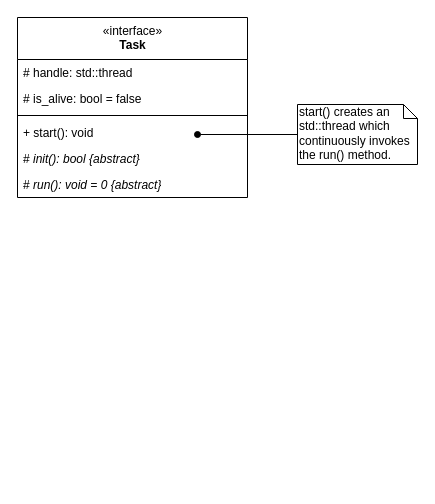
The draw.io diagram diagrams/task.drawio in LasseGoransson/ESD-E2020, before the edit. Source tidied: cells renumbered, new cells numbered last; positions are measured from the earlier drawing's top-left corner, leaving out a move shared by most shapes. Both pictures are drawn from the tidied source at 100%, with x=0, y=0 at pixel (17, 17).
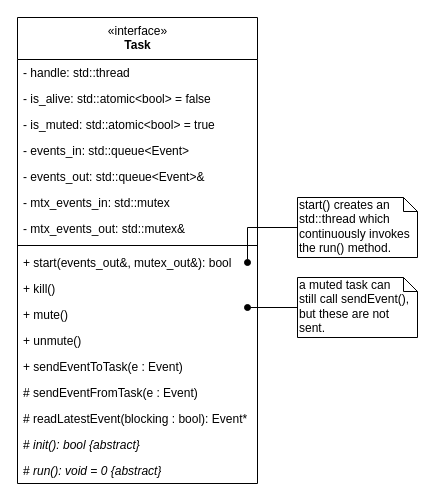
After the change.

Commit message:
update task class diagram

The edit, as a diff of the source:
```diff
@@
-    <mxCell id="2" style="edgeStyle=orthogonalEdgeStyle;rounded=0;jettySize=auto;html=1;endArrow=oval;endFill=1;" parent="1" edge="1" source="3">
-      <mxGeometry relative="1" as="geometry">
-        <mxPoint x="180" y="117" as="targetPoint" />
-      </mxGeometry>
-    </mxCell>
     <mxCell id="3" value="start() creates an std::thread which continuously invokes the run() method." style="shape=note;whiteSpace=wrap;html=1;size=14;verticalAlign=top;align=left;spacingTop=-6;" parent="1" vertex="1">
-      <mxGeometry x="280" y="87" width="120" height="60" as="geometry" />
+      <mxGeometry x="280" y="180" width="120" height="60" as="geometry" />
     </mxCell>
     <mxCell id="4" value="&lt;span style=&quot;font-weight: normal&quot;&gt;«interface»&lt;br&gt;&lt;/span&gt;Task" style="swimlane;fontStyle=1;align=center;verticalAlign=top;horizontal=1;startSize=42;html=1;" parent="1" vertex="1">
-      <mxGeometry width="230" height="180" as="geometry" />
+      <mxGeometry width="240" height="466" as="geometry" />
     </mxCell>
-    <mxCell id="5" value="# handle: std::thread" style="text;strokeColor=none;fillColor=none;align=left;verticalAlign=top;spacingLeft=4;spacingRight=4;overflow=hidden;" parent="4" vertex="1">
-      <mxGeometry y="42" width="230" height="26" as="geometry" />
+    <mxCell id="5" value="- handle: std::thread" style="text;strokeColor=none;fillColor=none;align=left;verticalAlign=top;spacingLeft=4;spacingRight=4;overflow=hidden;" parent="4" vertex="1">
+      <mxGeometry y="42" width="240" height="26" as="geometry" />
     </mxCell>
-    <mxCell id="6" value="# is_alive: bool = false" style="text;strokeColor=none;fillColor=none;align=left;verticalAlign=top;spacingLeft=4;spacingRight=4;overflow=hidden;" parent="4" vertex="1">
-      <mxGeometry y="68" width="230" height="26" as="geometry" />
+    <mxCell id="6" value="- is_alive: std::atomic&lt;bool&gt; = false" style="text;strokeColor=none;fillColor=none;align=left;verticalAlign=top;spacingLeft=4;spacingRight=4;overflow=hidden;" parent="4" vertex="1">
+      <mxGeometry y="68" width="240" height="26" as="geometry" />
     </mxCell>
+    <mxCell id="11" value="- is_muted: std::atomic&lt;bool&gt; = true" style="text;strokeColor=none;fillColor=none;align=left;verticalAlign=top;spacingLeft=4;spacingRight=4;overflow=hidden;" parent="4" vertex="1">
+      <mxGeometry y="94" width="240" height="26" as="geometry" />
+    </mxCell>
+    <mxCell id="12" value="- events_in: std::queue&lt;Event&gt;" style="text;strokeColor=none;fillColor=none;align=left;verticalAlign=top;spacingLeft=4;spacingRight=4;overflow=hidden;" parent="4" vertex="1">
+      <mxGeometry y="120" width="240" height="26" as="geometry" />
+    </mxCell>
+    <mxCell id="13" value="- events_out: std::queue&lt;Event&gt;&amp;" style="text;strokeColor=none;fillColor=none;align=left;verticalAlign=top;spacingLeft=4;spacingRight=4;overflow=hidden;" parent="4" vertex="1">
+      <mxGeometry y="146" width="240" height="26" as="geometry" />
+    </mxCell>
+    <mxCell id="14" value="- mtx_events_in: std::mutex" style="text;strokeColor=none;fillColor=none;align=left;verticalAlign=top;spacingLeft=4;spacingRight=4;overflow=hidden;" parent="4" vertex="1">
+      <mxGeometry y="172" width="240" height="26" as="geometry" />
+    </mxCell>
+    <mxCell id="15" value="- mtx_events_out: std::mutex&amp;" style="text;strokeColor=none;fillColor=none;align=left;verticalAlign=top;spacingLeft=4;spacingRight=4;overflow=hidden;" parent="4" vertex="1">
+      <mxGeometry y="198" width="240" height="26" as="geometry" />
+    </mxCell>
     <mxCell id="7" style="line;strokeWidth=1;fillColor=none;align=left;verticalAlign=middle;spacingTop=-1;spacingLeft=3;spacingRight=3;labelPosition=right;" parent="4" vertex="1">
-      <mxGeometry y="94" width="230" height="8" as="geometry" />
+      <mxGeometry y="224" width="240" height="8" as="geometry" />
     </mxCell>
-    <mxCell id="8" value="+ start(): void" style="text;strokeColor=none;fillColor=none;align=left;verticalAlign=top;spacingLeft=4;spacingRight=4;overflow=hidden;" parent="4" vertex="1">
-      <mxGeometry y="102" width="230" height="26" as="geometry" />
+    <mxCell id="8" value="+ start(events_out&amp;, mutex_out&amp;): bool" style="text;strokeColor=none;fillColor=none;align=left;verticalAlign=top;spacingLeft=4;spacingRight=4;overflow=hidden;" parent="4" vertex="1">
+      <mxGeometry y="232" width="240" height="26" as="geometry" />
     </mxCell>
+    <mxCell id="16" value="+ kill()" style="text;strokeColor=none;fillColor=none;align=left;verticalAlign=top;spacingLeft=4;spacingRight=4;overflow=hidden;" parent="4" vertex="1">
+      <mxGeometry y="258" width="240" height="26" as="geometry" />
+    </mxCell>
+    <mxCell id="17" value="+ mute()" style="text;strokeColor=none;fillColor=none;align=left;verticalAlign=top;spacingLeft=4;spacingRight=4;overflow=hidden;" parent="4" vertex="1">
+      <mxGeometry y="284" width="240" height="26" as="geometry" />
+    </mxCell>
+    <mxCell id="18" value="+ unmute()" style="text;strokeColor=none;fillColor=none;align=left;verticalAlign=top;spacingLeft=4;spacingRight=4;overflow=hidden;" parent="4" vertex="1">
+      <mxGeometry y="310" width="240" height="26" as="geometry" />
+    </mxCell>
+    <mxCell id="19" value="+ sendEventToTask(e : Event)" style="text;strokeColor=none;fillColor=none;align=left;verticalAlign=top;spacingLeft=4;spacingRight=4;overflow=hidden;" parent="4" vertex="1">
+      <mxGeometry y="336" width="240" height="26" as="geometry" />
+    </mxCell>
+    <mxCell id="20" value="# sendEventFromTask(e : Event)" style="text;strokeColor=none;fillColor=none;align=left;verticalAlign=top;spacingLeft=4;spacingRight=4;overflow=hidden;" parent="4" vertex="1">
+      <mxGeometry y="362" width="240" height="26" as="geometry" />
+    </mxCell>
+    <mxCell id="21" value="# readLatestEvent(blocking : bool): Event*" style="text;strokeColor=none;fillColor=none;align=left;verticalAlign=top;spacingLeft=4;spacingRight=4;overflow=hidden;" parent="4" vertex="1">
+      <mxGeometry y="388" width="240" height="26" as="geometry" />
+    </mxCell>
     <mxCell id="9" value="&lt;span style=&quot;font-style: normal&quot;&gt;#&lt;/span&gt; init(): bool {abstract}" style="text;strokeColor=none;fillColor=none;align=left;verticalAlign=top;spacingLeft=4;spacingRight=4;overflow=hidden;fontStyle=2;html=1;" parent="4" vertex="1">
-      <mxGeometry y="128" width="230" height="26" as="geometry" />
+      <mxGeometry y="414" width="240" height="26" as="geometry" />
     </mxCell>
     <mxCell id="10" value="&lt;span style=&quot;font-style: normal&quot;&gt;#&lt;/span&gt; run(): void = 0 {abstract}" style="text;strokeColor=none;fillColor=none;align=left;verticalAlign=top;spacingLeft=4;spacingRight=4;overflow=hidden;fontStyle=2;html=1;" parent="4" vertex="1">
-      <mxGeometry y="154" width="230" height="26" as="geometry" />
+      <mxGeometry y="440" width="240" height="26" as="geometry" />
     </mxCell>
+    <mxCell id="2" style="edgeStyle=orthogonalEdgeStyle;rounded=0;jettySize=auto;html=1;endArrow=oval;endFill=1;" parent="1" edge="1" source="3">
+      <mxGeometry relative="1" as="geometry">
+        <mxPoint x="230" y="245" as="targetPoint" />
+        <Array as="points">
+          <mxPoint x="230" y="210" />
+        </Array>
+      </mxGeometry>
+    </mxCell>
+    <mxCell id="22" value="a muted task can&lt;br&gt;still call sendEvent(),&lt;br&gt;but these are not sent." style="shape=note;whiteSpace=wrap;html=1;size=14;verticalAlign=top;align=left;spacingTop=-6;" parent="1" vertex="1">
+      <mxGeometry x="280" y="260" width="120" height="60" as="geometry" />
+    </mxCell>
+    <mxCell id="23" style="edgeStyle=orthogonalEdgeStyle;rounded=0;jettySize=auto;html=1;endArrow=oval;endFill=1;" parent="1" edge="1" source="22">
+      <mxGeometry relative="1" as="geometry">
+        <mxPoint x="230" y="290" as="targetPoint" />
+      </mxGeometry>
+    </mxCell>
```
